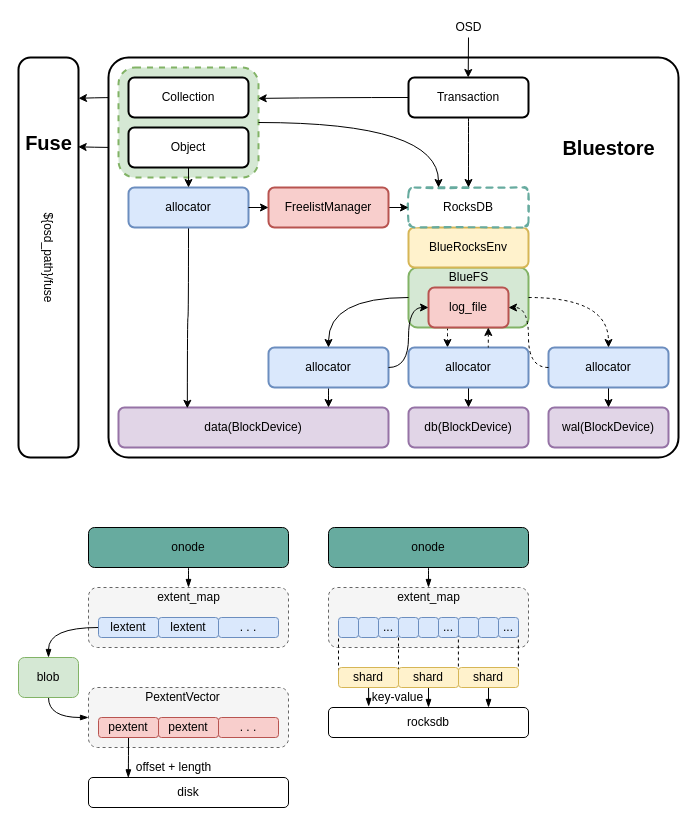
EarthWind/deeparch keeps this draw.io diagram as page "Bluestore" (1 of 3) of ceph/bluestore.drawio. Above is the earlier version. Source tidied: cells renumbered, new cells numbered last; positions are measured from the earlier drawing's top-left corner, leaving out a move shared by most shapes. Both pictures are drawn from the tidied source at 100%, with x=0, y=0 at pixel (-7, 17).
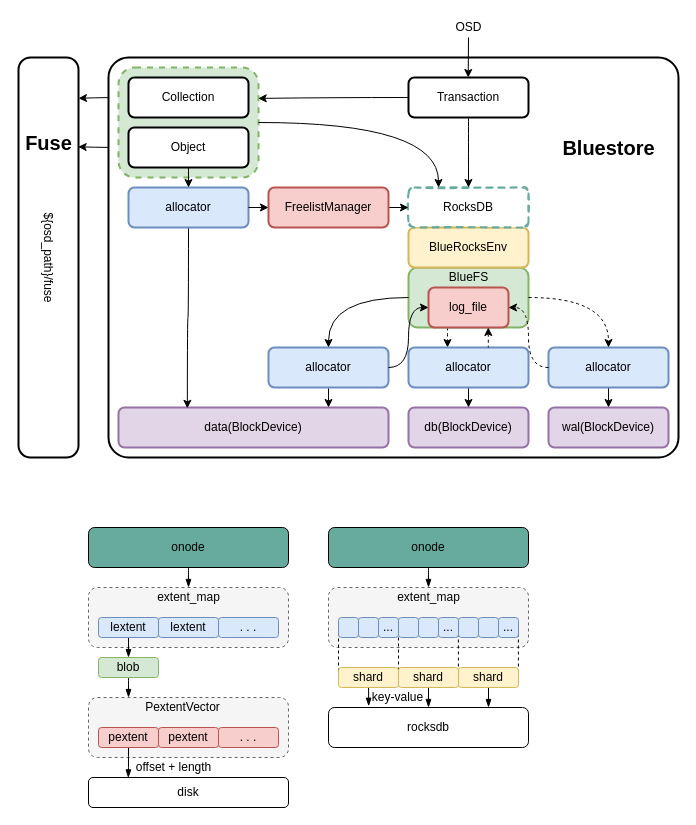
Above is the later version.

What changed in the source:
```diff
@@
     <mxCell id="6" style="rounded=1;whiteSpace=wrap;html=1;strokeWidth=1;fillWeight=1;hachureGap=4;hachureAngle=45;sketch=0;fontStyle=0;dashed=1;fillColor=#f5f5f5;fontColor=#333333;strokeColor=#666666;" parent="1" vertex="1">
-      <mxGeometry x="95" y="670" width="200" height="60" as="geometry" />
+      <mxGeometry x="95" y="680" width="200" height="60" as="geometry" />
     </mxCell>
@@
-    <mxCell id="20" style="edgeStyle=orthogonalEdgeStyle;rounded=0;jettySize=auto;html=1;entryX=0;entryY=0.5;entryDx=0;entryDy=0;endArrow=blockThin;endFill=1;curved=1;exitX=0.5;exitY=1;exitDx=0;exitDy=0;" parent="1" edge="1" source="21" target="6">
-      <mxGeometry relative="1" as="geometry" />
+    <mxCell id="20" style="edgeStyle=orthogonalEdgeStyle;rounded=0;jettySize=auto;html=1;endArrow=blockThin;endFill=1;curved=1;exitX=0.5;exitY=1;exitDx=0;exitDy=0;" parent="1" edge="1" source="21">
+      <mxGeometry relative="1" as="geometry">
+        <mxPoint x="135" y="680" as="targetPoint" />
+      </mxGeometry>
     </mxCell>
     <mxCell id="21" value="&lt;span&gt;blob&lt;br&gt;&lt;/span&gt;" style="rounded=1;whiteSpace=wrap;html=1;strokeWidth=1;fillWeight=1;hachureGap=4;hachureAngle=45;sketch=0;fontStyle=0;fillColor=#d5e8d4;strokeColor=#82b366;" parent="1" vertex="1">
-      <mxGeometry x="25" y="640" width="60" height="40" as="geometry" />
+      <mxGeometry x="105" y="640" width="60" height="20" as="geometry" />
     </mxCell>
@@
     <mxCell id="23" value="&lt;span&gt;pextent&lt;br&gt;&lt;/span&gt;" style="rounded=1;whiteSpace=wrap;html=1;strokeWidth=1;fillWeight=1;hachureGap=4;hachureAngle=45;sketch=0;fontStyle=0;fillColor=#f8cecc;strokeColor=#b85450;" parent="1" vertex="1">
-      <mxGeometry x="105" y="700" width="60" height="20" as="geometry" />
+      <mxGeometry x="105" y="710" width="60" height="20" as="geometry" />
     </mxCell>
     <mxCell id="24" value="&lt;span&gt;pextent&lt;br&gt;&lt;/span&gt;" style="rounded=1;whiteSpace=wrap;html=1;strokeWidth=1;fillWeight=1;hachureGap=4;hachureAngle=45;sketch=0;fontStyle=0;fillColor=#f8cecc;strokeColor=#b85450;" parent="1" vertex="1">
-      <mxGeometry x="165" y="700" width="60" height="20" as="geometry" />
+      <mxGeometry x="165" y="710" width="60" height="20" as="geometry" />
     </mxCell>
     <mxCell id="25" value=". . ." style="rounded=1;whiteSpace=wrap;html=1;strokeWidth=1;fillWeight=1;hachureGap=4;hachureAngle=45;sketch=0;fontStyle=0;fillColor=#f8cecc;strokeColor=#b85450;" parent="1" vertex="1">
-      <mxGeometry x="225" y="700" width="60" height="20" as="geometry" />
+      <mxGeometry x="225" y="710" width="60" height="20" as="geometry" />
     </mxCell>
     <mxCell id="26" value="PextentVector" style="text;html=1;align=center;verticalAlign=middle;strokeColor=none;fillColor=none;" parent="1" vertex="1">
-      <mxGeometry x="144" y="670" width="90" height="20" as="geometry" />
+      <mxGeometry x="144" y="680" width="90" height="20" as="geometry" />
     </mxCell>
@@
     <mxCell id="48" value="&lt;span&gt;rocksdb&lt;br&gt;&lt;/span&gt;" style="rounded=1;whiteSpace=wrap;html=1;strokeWidth=1;fillWeight=1;hachureGap=4;hachureAngle=45;sketch=0;fontStyle=0;" parent="1" vertex="1">
-      <mxGeometry x="335" y="690" width="200" height="30" as="geometry" />
+      <mxGeometry x="335" y="690" width="200" height="40" as="geometry" />
     </mxCell>
```
